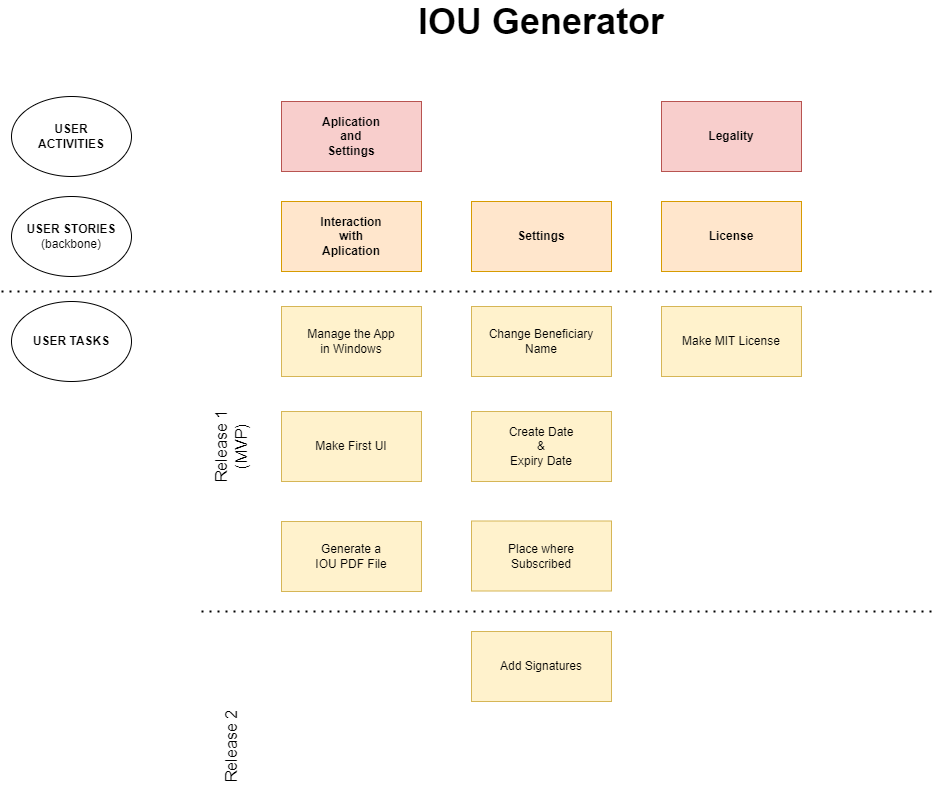
Earlier version of the draw.io export schematics/Tasks.drawio.png (Joseleelsuper/IOU-Generator). Source tidied: cells renumbered, new cells last; positions are measured from the earlier drawing's top-left corner, leaving out a move shared by most shapes.
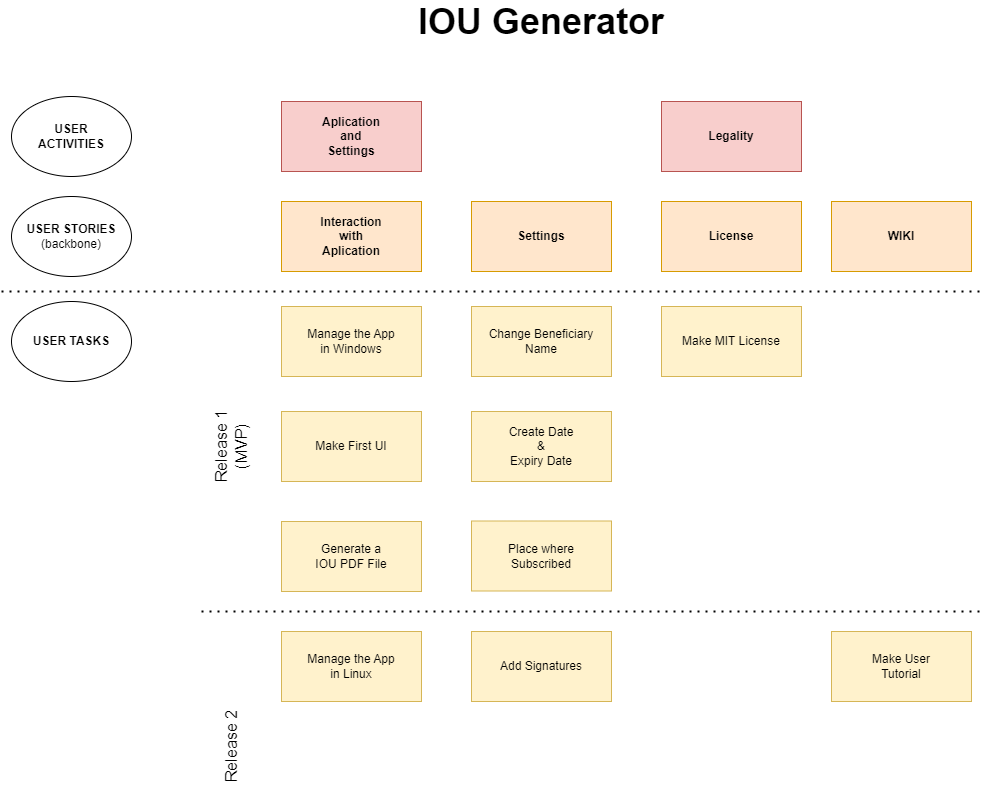
After the commit.

Commit message:
Modified Tasks diagram

Change to the diagram source:
```diff
@@ -35,7 +35,7 @@
     <mxCell id="12" style="endArrow=none;dashed=1;html=1;dashPattern=1 3;strokeWidth=2;rounded=0;" parent="1" edge="1">
       <mxGeometry relative="1" as="geometry">
         <mxPoint y="290" as="sourcePoint" />
-        <mxPoint x="930" y="290" as="targetPoint" />
+        <mxPoint x="980" y="290" as="targetPoint" />
       </mxGeometry>
     </mxCell>
     <mxCell id="13" value="Legality" style="rounded=0;whiteSpace=wrap;html=1;fillColor=#f8cecc;strokeColor=#b85450;fontStyle=1;" parent="1" vertex="1">
@@ -59,7 +59,7 @@
     <mxCell id="19" style="endArrow=none;dashed=1;html=1;dashPattern=1 3;strokeWidth=2;rounded=0;" parent="1" edge="1">
       <mxGeometry relative="1" as="geometry">
         <mxPoint x="200" y="610" as="sourcePoint" />
-        <mxPoint x="930" y="610" as="targetPoint" />
+        <mxPoint x="980" y="610" as="targetPoint" />
       </mxGeometry>
     </mxCell>
     <mxCell id="20" value="&lt;span style=&quot;font-weight: 400;&quot;&gt;Generate a &lt;br&gt;IOU PDF File&lt;/span&gt;" style="rounded=0;whiteSpace=wrap;html=1;fillColor=#fff2cc;strokeColor=#d6b656;fontStyle=1;" parent="1" vertex="1">
@@ -71,5 +71,14 @@
     <mxCell id="22" value="&lt;span style=&quot;font-weight: 400;&quot;&gt;Add Signatures&lt;/span&gt;" style="rounded=0;whiteSpace=wrap;html=1;fillColor=#fff2cc;strokeColor=#d6b656;fontStyle=1;" parent="1" vertex="1">
       <mxGeometry x="470" y="630" width="140" height="70" as="geometry" />
     </mxCell>
+    <mxCell id="23" value="&lt;span style=&quot;font-weight: 400;&quot;&gt;Manage the App&lt;br&gt;&lt;/span&gt;&lt;span style=&quot;font-weight: normal;&quot;&gt;in Linux&lt;/span&gt;" style="rounded=0;whiteSpace=wrap;html=1;fillColor=#fff2cc;strokeColor=#d6b656;fontStyle=1;" parent="1" vertex="1">
+      <mxGeometry x="280" y="630" width="140" height="70" as="geometry" />
+    </mxCell>
+    <mxCell id="24" value="&lt;span style=&quot;font-weight: 400;&quot;&gt;Make User &lt;br&gt;Tutorial&lt;br&gt;&lt;/span&gt;" style="rounded=0;whiteSpace=wrap;html=1;fillColor=#fff2cc;strokeColor=#d6b656;fontStyle=1;" parent="1" vertex="1">
+      <mxGeometry x="830" y="630" width="140" height="70" as="geometry" />
+    </mxCell>
+    <mxCell id="25" value="WIKI" style="rounded=0;whiteSpace=wrap;html=1;fillColor=#ffe6cc;strokeColor=#d79b00;fontStyle=1;" parent="1" vertex="1">
+      <mxGeometry x="830" y="200" width="140" height="70" as="geometry" />
+    </mxCell>
   </root>
 </mxGraphModel>
```
